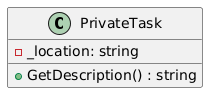
Earlier version of the PlantUML export src/assets/img/kmom05/classdiagramPrivateTask.png (bth-csharp/website).
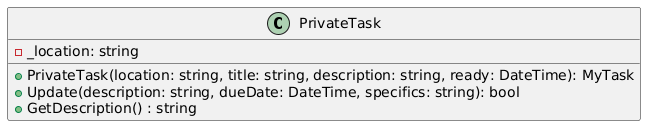
After the change.

Commit message:
Update kmom05 task with MyTask and subclasses

Change to the diagram source:
```diff
@@ -3,6 +3,8 @@
 {
     - _location: string
 
+    + PrivateTask(location: string, title: string, description: string, ready: DateTime): MyTask
+    + Update(description: string, dueDate: DateTime, specifics: string): bool
     + GetDescription() : string
 }
 @enduml
```
